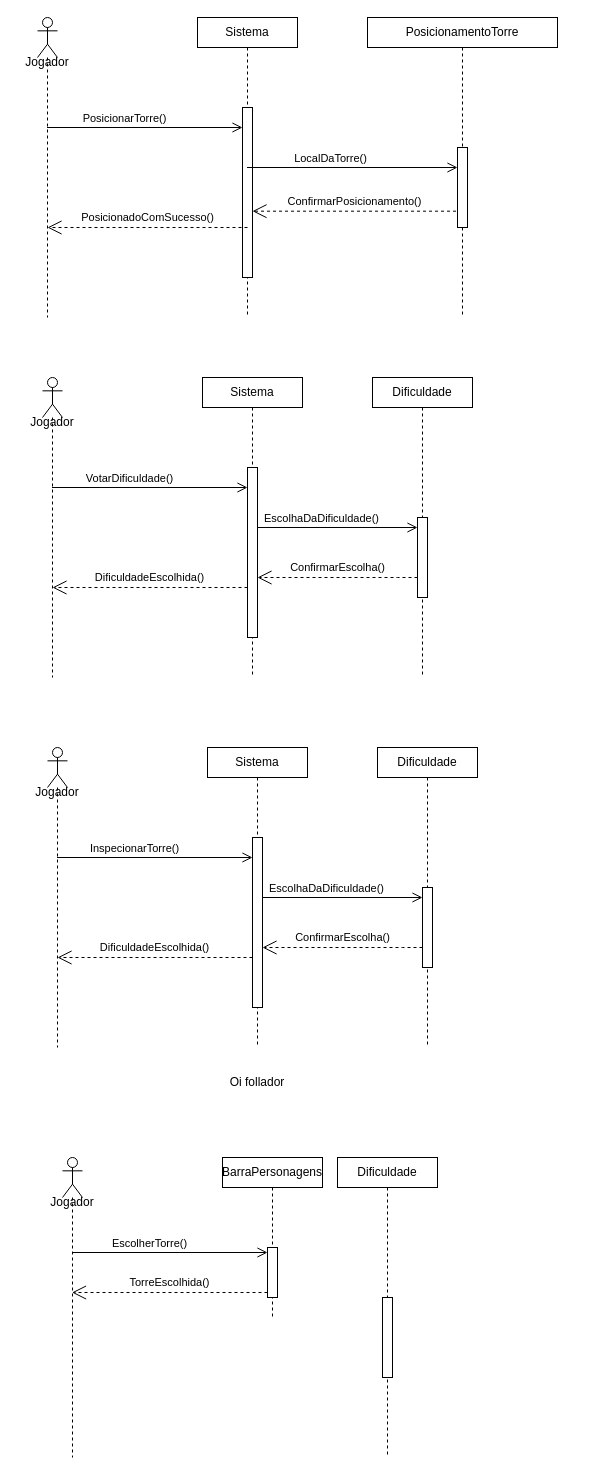
DEV-0ne-Jao/Projeto-Integrador keeps this draw.io diagram as DiagramaDeSequênciaPlacementTower.drawio. Above is the earlier version. Source tidied: cells renumbered, new cells numbered last; positions are measured from the earlier drawing's top-left corner, leaving out a move shared by most shapes. Both pictures are drawn from the tidied source at 100%, with x=0, y=0 at pixel (17, 17).
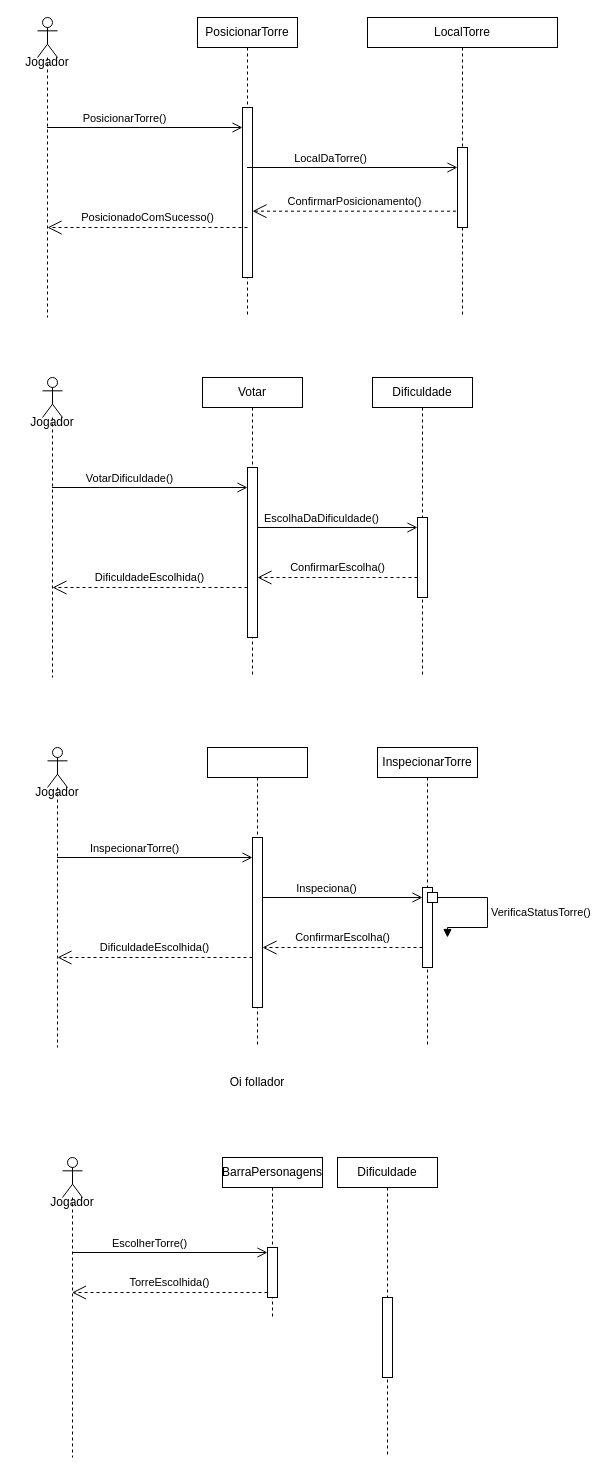
The same diagram, later.

Unchanged cells that the change refers to:
```xml
<mxCell id="35" style="endArrow=open;startArrow=none;endFill=0;startFill=0;endSize=8;html=1;verticalAlign=bottom;labelBackgroundColor=none;strokeWidth=1;rounded=0;exitX=1;exitY=0.294;exitDx=0;exitDy=0;exitPerimeter=0;" parent="1" edge="1" target="30">
  <mxGeometry relative="1" as="geometry">
    <mxPoint x="245" y="880" as="sourcePoint" />
  </mxGeometry>
</mxCell>
```

What changed in the source:
```diff
@@
-    <mxCell id="3" value="Sistema" style="shape=umlLifeline;perimeter=lifelinePerimeter;whiteSpace=wrap;html=1;outlineConnect=0;portConstraint=eastwest;newEdgeStyle={&quot;curved&quot;:0,&quot;rounded&quot;:0};size=30;" parent="1" vertex="1">
+    <mxCell id="3" value="PosicionarTorre" style="shape=umlLifeline;perimeter=lifelinePerimeter;whiteSpace=wrap;html=1;outlineConnect=0;portConstraint=eastwest;newEdgeStyle={&quot;curved&quot;:0,&quot;rounded&quot;:0};size=30;" parent="1" vertex="1">
       <mxGeometry x="180" width="100" height="300" as="geometry" />
     </mxCell>
@@
-    <mxCell id="5" value="PosicionamentoTorre" style="shape=umlLifeline;perimeter=lifelinePerimeter;whiteSpace=wrap;html=1;newEdgeStyle={&quot;curved&quot;:0,&quot;rounded&quot;:0};size=30;" parent="1" vertex="1">
+    <mxCell id="5" value="LocalTorre" style="shape=umlLifeline;perimeter=lifelinePerimeter;whiteSpace=wrap;html=1;newEdgeStyle={&quot;curved&quot;:0,&quot;rounded&quot;:0};size=30;" parent="1" vertex="1">
       <mxGeometry x="350" width="190" height="300" as="geometry" />
     </mxCell>
@@
-    <mxCell id="15" value="Sistema" style="shape=umlLifeline;perimeter=lifelinePerimeter;whiteSpace=wrap;html=1;newEdgeStyle={&quot;curved&quot;:0,&quot;rounded&quot;:0};size=30;" parent="1" vertex="1">
+    <mxCell id="15" value="Votar" style="shape=umlLifeline;perimeter=lifelinePerimeter;whiteSpace=wrap;html=1;newEdgeStyle={&quot;curved&quot;:0,&quot;rounded&quot;:0};size=30;" parent="1" vertex="1">
       <mxGeometry x="185" y="360" width="100" height="300" as="geometry" />
     </mxCell>
@@
-    <mxCell id="27" value="Sistema" style="shape=umlLifeline;perimeter=lifelinePerimeter;whiteSpace=wrap;html=1;newEdgeStyle={&quot;curved&quot;:0,&quot;rounded&quot;:0};size=30;" parent="1" vertex="1">
+    <mxCell id="27" style="shape=umlLifeline;perimeter=lifelinePerimeter;whiteSpace=wrap;html=1;newEdgeStyle={&quot;curved&quot;:0,&quot;rounded&quot;:0};size=30;" parent="1" vertex="1">
       <mxGeometry x="190" y="730" width="100" height="300" as="geometry" />
     </mxCell>
@@
-    <mxCell id="29" value="Dificuldade" style="shape=umlLifeline;perimeter=lifelinePerimeter;whiteSpace=wrap;html=1;newEdgeStyle={&quot;curved&quot;:0,&quot;rounded&quot;:0};size=30;" parent="1" vertex="1">
+    <mxCell id="29" value="InspecionarTorre" style="shape=umlLifeline;perimeter=lifelinePerimeter;whiteSpace=wrap;html=1;newEdgeStyle={&quot;curved&quot;:0,&quot;rounded&quot;:0};size=30;" parent="1" vertex="1">
       <mxGeometry x="360" y="730" width="100" height="300" as="geometry" />
     </mxCell>
@@
-    <mxCell id="36" value="EscolhaDaDificuldade()" style="edgeLabel;html=1;align=center;verticalAlign=middle;" parent="35" vertex="1">
+    <mxCell id="36" value="Inspeciona()" style="edgeLabel;html=1;align=center;verticalAlign=middle;" parent="35" vertex="1">
       <mxGeometry x="-0.22" relative="1" as="geometry">
         <mxPoint x="1" y="-10" as="offset" />
       </mxGeometry>
     </mxCell>
@@
+    <mxCell id="48" value="VerificaStatusTorre()" style="html=1;align=left;spacingLeft=2;endArrow=block;rounded=0;edgeStyle=orthogonalEdgeStyle;curved=0;rounded=0;" parent="1" edge="1" source="49">
+      <mxGeometry relative="1" as="geometry">
+        <mxPoint x="430" y="920" as="targetPoint" />
+        <Array as="points">
+          <mxPoint x="470" y="880" />
+          <mxPoint x="470" y="910" />
+          <mxPoint x="430" y="910" />
+        </Array>
+      </mxGeometry>
+    </mxCell>
@@
+    <mxCell id="49" style="html=1;points=[[0,0,0,0,5],[0,1,0,0,-5],[1,0,0,0,5],[1,1,0,0,-5]];perimeter=orthogonalPerimeter;outlineConnect=0;targetShapes=umlLifeline;portConstraint=eastwest;newEdgeStyle={&quot;curved&quot;:0,&quot;rounded&quot;:0};" parent="1" vertex="1">
+      <mxGeometry x="410" y="875" width="10" height="10" as="geometry" />
+    </mxCell>
```
